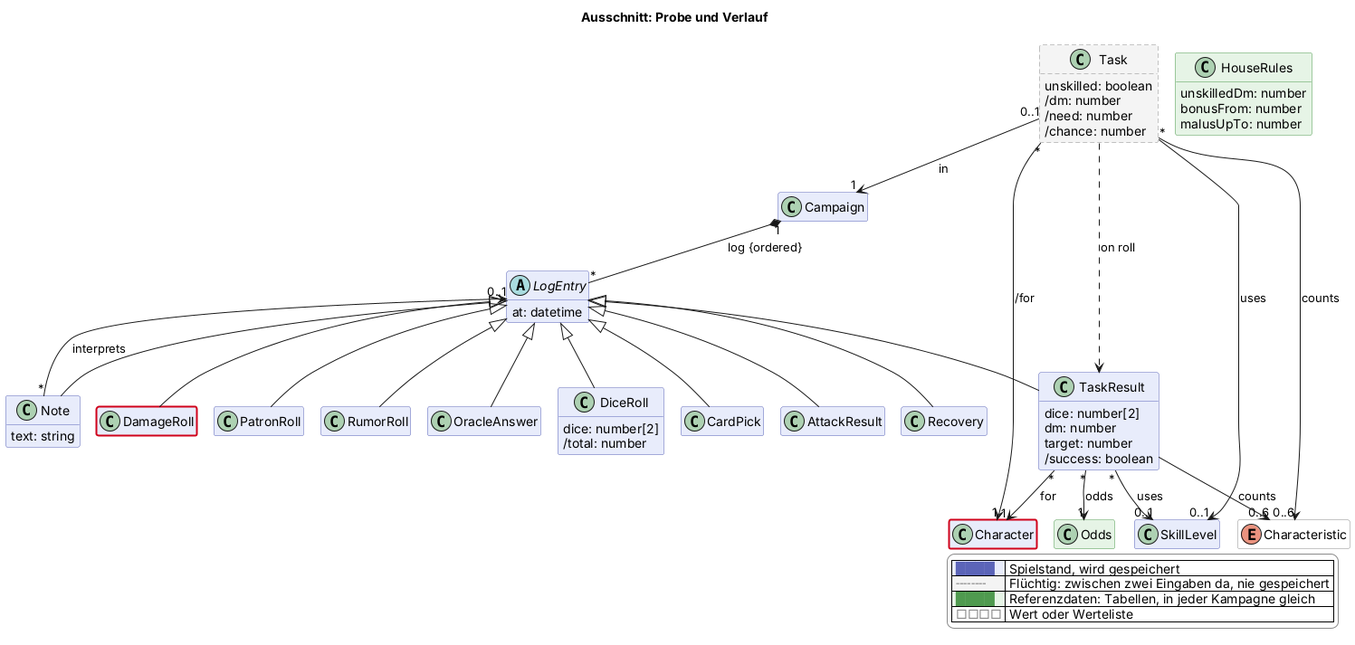
This is docs/views/probe.png from scuzzar/SRE, a PlantUML export, as it was before one commit.
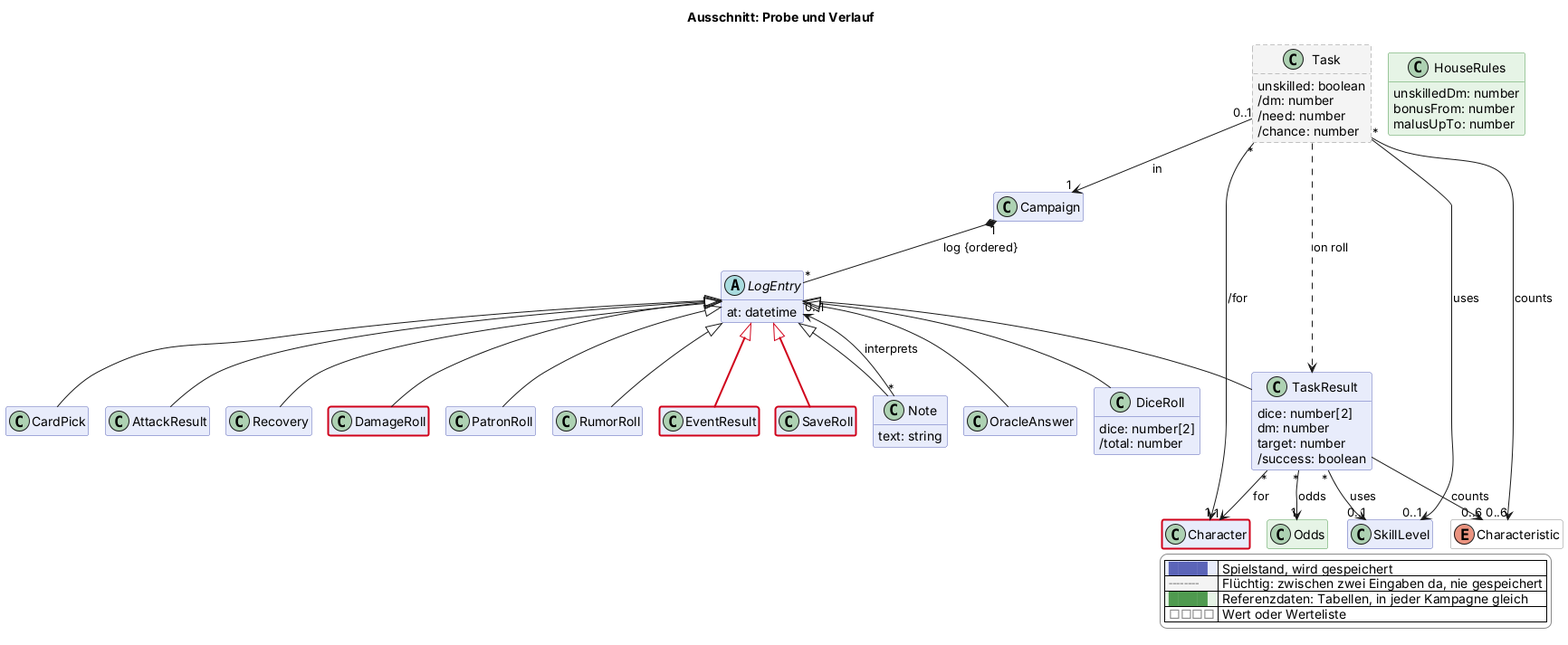
Later version of the same file.

Change to the diagram source:
```diff
@@ -86,6 +86,8 @@
   }
   class PatronRoll $begegnung
   class RumorRoll $begegnung
+  class EventResult $begegnung $newClass("2026-11-12c")
+  class SaveRoll $begegnung $newClass("2026-11-12c")
 
   class Task <<transient>> $probe {
     unskilled: boolean
@@ -141,6 +143,8 @@
 Task ..> TaskResult : on roll
 
 
+LogEntry <|-$newArrow("2026-11-12c")- EventResult
+LogEntry <|-$newArrow("2026-11-12c")- SaveRoll
 
 
 
```
